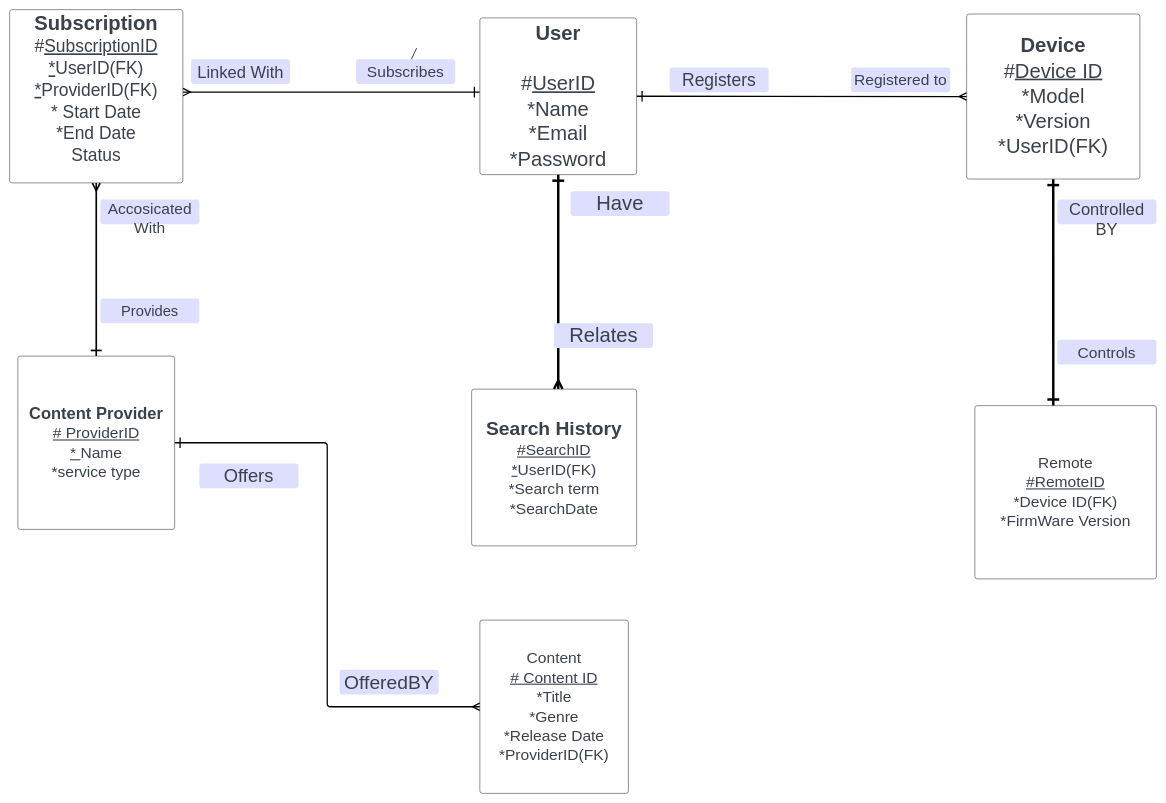
balajigutlapalli/devops keeps this draw.io diagram as Untitled Diagram.drawio. Above is the earlier version. Source tidied: cells renumbered, new cells numbered last; positions are measured from the earlier drawing's top-left corner, leaving out a move shared by most shapes. Both pictures are drawn from the tidied source at 55%, with x=0, y=0 at pixel (9, 9).
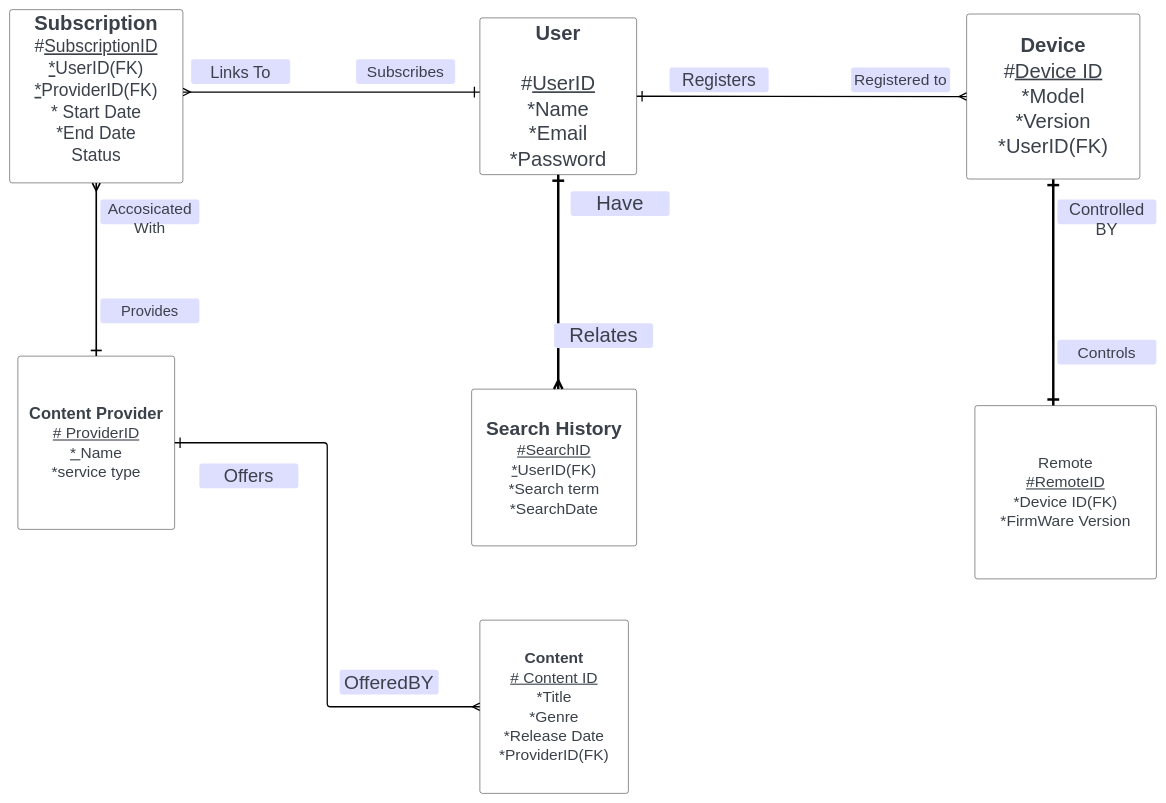
The same diagram, later.

The change refers to these unchanged cells:
```xml
<mxCell id="13" value="Subscribes" style="html=1;overflow=block;blockSpacing=1;whiteSpace=wrap;fontSize=28.3;fontColor=#3a414a;spacing=0;strokeOpacity=100;fillOpacity=100;rounded=1;absoluteArcSize=1;arcSize=9;fillColor=#dedeff;strokeWidth=0.8;strokeColor=none;lucidId=Ph~QSxRG_eU~;" parent="1" vertex="1">
  <mxGeometry x="630" y="90" width="180" height="45" as="geometry" />
</mxCell>
```

The edit, as a diff of the source:
```diff
@@
-    <mxCell id="6" value="&lt;div style=&quot;display: flex; justify-content: center; text-align: center; align-items: baseline; font-size: 0; line-height: 1.25;margin-top: -2px;&quot;&gt;&lt;span&gt;&lt;span style=&quot;font-size:28.3px;color:#3a414a;&quot;&gt;&lt;span style=&quot;font-size:28.3px;color:#3a414a;&quot;&gt;Content&#10;&lt;/span&gt;&lt;span style=&quot;font-size:28.3px;color:#3a414a;text-decoration: underline;&quot;&gt;# Content ID&lt;/span&gt;&#10;*Title&#10;*Genre&#10;*Release Date&#10;*ProviderID(FK)&#10;&lt;/span&gt;&lt;/span&gt;&lt;/div&gt;" style="html=1;overflow=block;blockSpacing=1;whiteSpace=wrap;fontSize=13;spacing=3.8;strokeOpacity=100;fillOpacity=100;rounded=1;absoluteArcSize=1;arcSize=9;fillColor=#ffffff;strokeWidth=0.8;lucidId=C4.QXJbpOsH4;" parent="1" vertex="1">
+    <mxCell id="6" value="&lt;div style=&quot;display: flex; justify-content: center; text-align: center; align-items: baseline; font-size: 0; line-height: 1.25;margin-top: -2px;&quot;&gt;&lt;span&gt;&lt;span style=&quot;font-size:28.3px;color:#3a414a;&quot;&gt;&lt;span style=&quot;font-size:28.3px;color:#3a414a;&quot;&gt;&lt;b&gt;Content&lt;/b&gt;&lt;br&gt;&lt;/span&gt;&lt;span style=&quot;font-size:28.3px;color:#3a414a;text-decoration: underline;&quot;&gt;# Content ID&lt;/span&gt;&lt;br&gt;*Title&lt;br&gt;*Genre&lt;br&gt;*Release Date&lt;br&gt;*ProviderID(FK)&lt;br&gt;&lt;/span&gt;&lt;/span&gt;&lt;/div&gt;" style="html=1;overflow=block;blockSpacing=1;whiteSpace=wrap;fontSize=13;spacing=3.8;strokeOpacity=100;fillOpacity=100;rounded=1;absoluteArcSize=1;arcSize=9;fillColor=#ffffff;strokeWidth=0.8;lucidId=C4.QXJbpOsH4;" parent="1" vertex="1">
       <mxGeometry x="855" y="1110" width="270" height="315" as="geometry" />
     </mxCell>
@@
-    <mxCell id="21" value="Linked With" style="html=1;overflow=block;blockSpacing=1;whiteSpace=wrap;fontSize=30;fontColor=#3a414a;spacing=0;strokeOpacity=100;fillOpacity=100;rounded=1;absoluteArcSize=1;arcSize=9;fillColor=#dedeff;strokeWidth=0.8;strokeColor=none;lucidId=-u~QEjsdxt69;" parent="1" vertex="1">
+    <mxCell id="21" value="Links To" style="html=1;overflow=block;blockSpacing=1;whiteSpace=wrap;fontSize=30;fontColor=#3a414a;spacing=0;strokeOpacity=100;fillOpacity=100;rounded=1;absoluteArcSize=1;arcSize=9;fillColor=#dedeff;strokeWidth=0.8;strokeColor=none;lucidId=-u~QEjsdxt69;" parent="1" vertex="1">
       <mxGeometry x="330" y="90" width="180" height="45" as="geometry" />
     </mxCell>
@@
-    <mxCell id="24" style="html=1;jettySize=18;whiteSpace=wrap;overflow=block;blockSpacing=1;fontSize=13;strokeOpacity=100;strokeWidth=0.8;rounded=0;startArrow=none;endArrow=none;exitY=0;exitPerimeter=0;entryY=0;entryPerimeter=0;lucidId=YH~QSSKsMWnE;" parent="1" edge="1" source="13" target="13">
-      <mxGeometry relative="1" as="geometry">
-        <Array as="points">
-          <mxPoint x="740" y="70" />
-          <mxPoint x="740" y="70" />
-        </Array>
-      </mxGeometry>
-    </mxCell>
```
